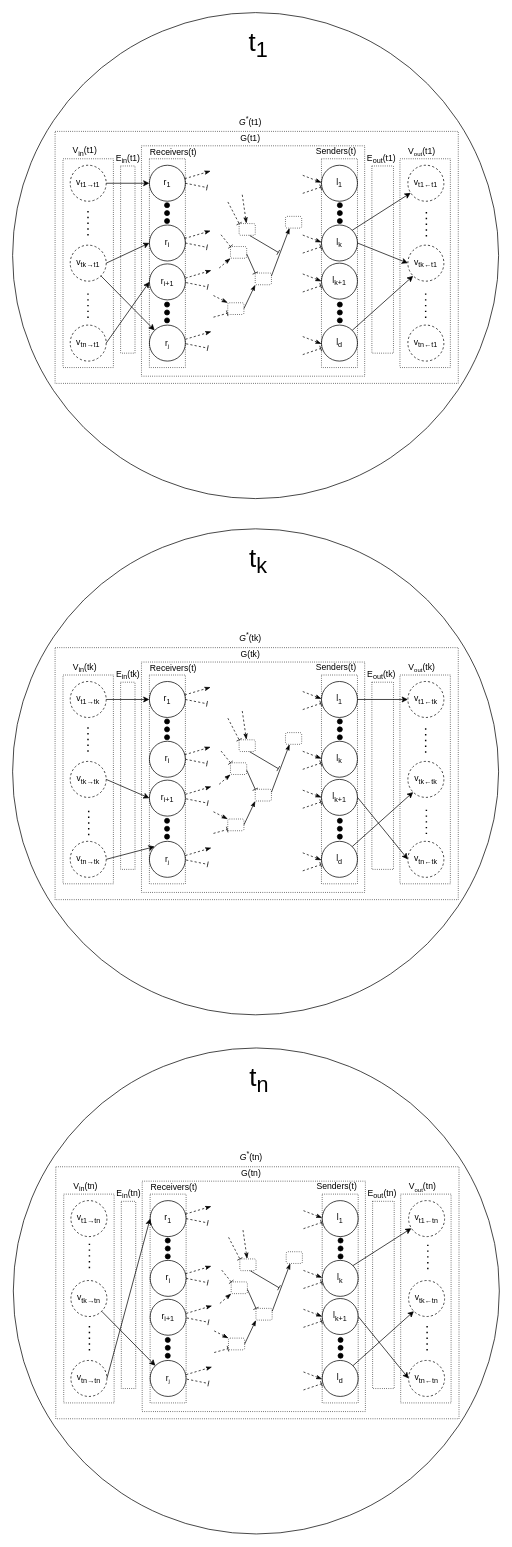
Before: docs/images/multimodal-integration.drawio in josura/c2c-sepia, a draw.io diagram. Source tidied: cells renumbered, new cells numbered last; positions are measured from the earlier drawing's top-left corner, leaving out a move shared by most shapes. Both pictures are drawn from the tidied source at 72%, with x=0, y=0 at pixel (12, 12).
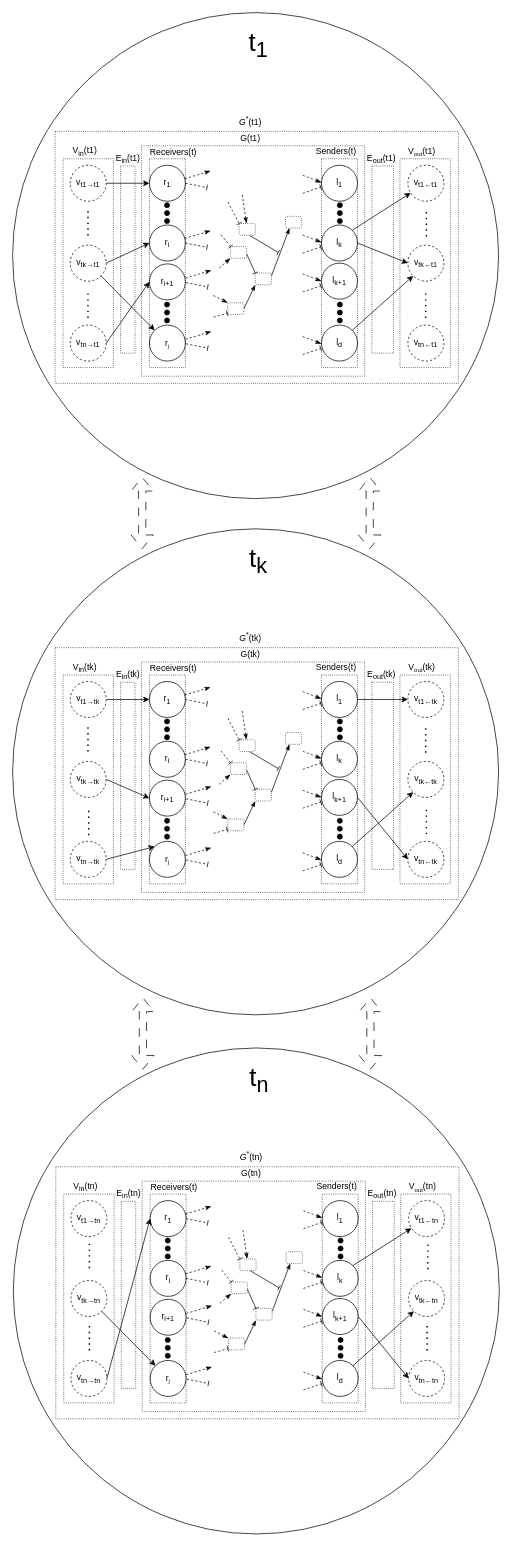
The same page after the edit.

Change to the diagram source:
```diff
@@
+    <mxCell id="260" style="shape=flexArrow;endArrow=classic;startArrow=classic;html=1;rounded=0;dashed=1;dashPattern=12 12;" parent="1" edge="1">
+      <mxGeometry relative="1" as="geometry">
+        <mxPoint x="180" y="745" as="sourcePoint" />
+        <mxPoint x="180" y="645" as="targetPoint" />
+      </mxGeometry>
+    </mxCell>
+    <mxCell id="261" style="shape=flexArrow;endArrow=classic;startArrow=classic;html=1;rounded=0;dashed=1;dashPattern=12 12;" parent="1" edge="1">
+      <mxGeometry relative="1" as="geometry">
+        <mxPoint x="496" y="745" as="sourcePoint" />
+        <mxPoint x="496" y="645" as="targetPoint" />
+      </mxGeometry>
+    </mxCell>
+    <mxCell id="262" style="shape=flexArrow;endArrow=classic;startArrow=classic;html=1;rounded=0;dashed=1;dashPattern=12 12;" parent="1" edge="1">
+      <mxGeometry relative="1" as="geometry">
+        <mxPoint x="181" y="1468" as="sourcePoint" />
+        <mxPoint x="181" y="1368" as="targetPoint" />
+      </mxGeometry>
+    </mxCell>
+    <mxCell id="263" style="shape=flexArrow;endArrow=classic;startArrow=classic;html=1;rounded=0;dashed=1;dashPattern=12 12;" parent="1" edge="1">
+      <mxGeometry relative="1" as="geometry">
+        <mxPoint x="497" y="1468" as="sourcePoint" />
+        <mxPoint x="497" y="1368" as="targetPoint" />
+      </mxGeometry>
+    </mxCell>
```
